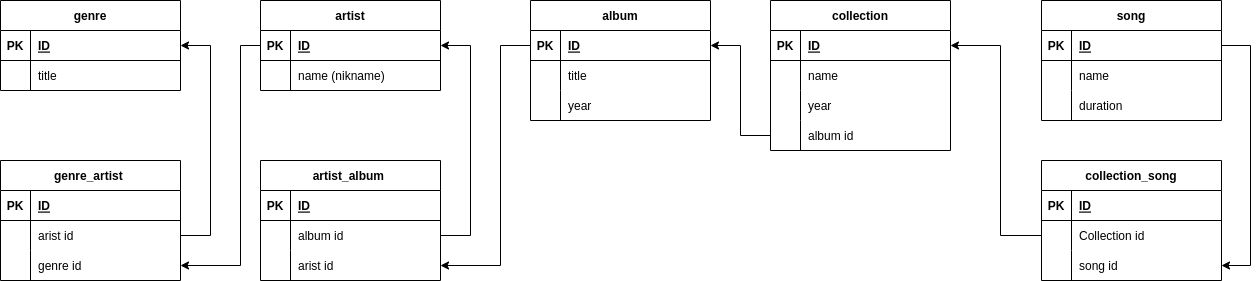
Above: Database types DZ_2.png in vov-man/dz-Database-types (draw.io), before the change. Source tidied: cells renumbered, new cells last; positions are measured from the earlier drawing's top-left corner, leaving out a move shared by most shapes.
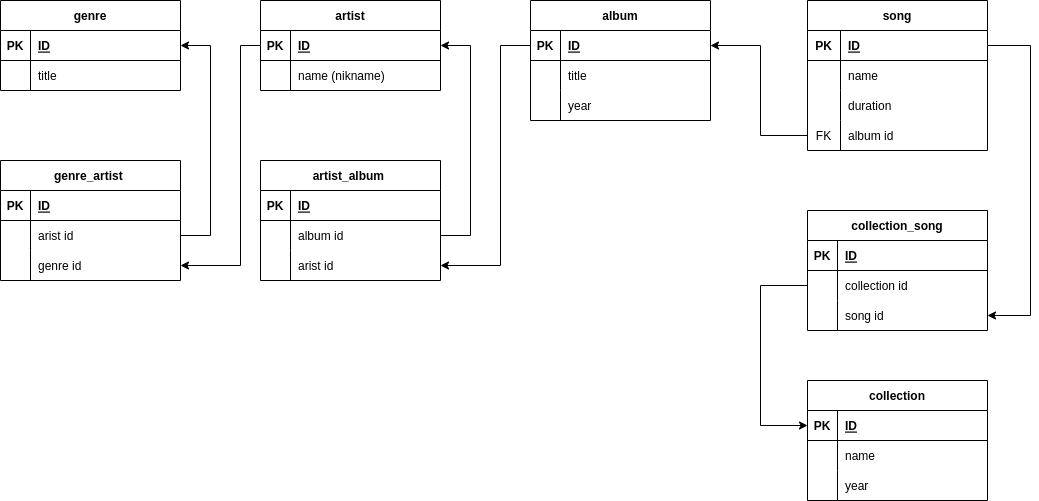
After the commit.

What changed in the source:
```diff
@@ -91,35 +91,44 @@
       </mxGeometry>
     </mxCell>
     <mxCell id="28" value="song" style="shape=table;startSize=30;rowLines=0;fontStyle=1;align=center;" parent="1" vertex="1">
-      <mxGeometry x="1041" width="180" height="120" as="geometry" />
+      <mxGeometry x="807" width="180" height="150" as="geometry" />
     </mxCell>
     <mxCell id="29" style="shape=tableRow;horizontal=0;startSize=0;swimlaneHead=0;swimlaneBody=0;fillColor=none;points=[[0,0.5],[1,0.5]];portConstraint=eastwest;top=0;left=0;right=0;bottom=1;" parent="28" vertex="1">
       <mxGeometry y="30" width="180" height="30" as="geometry" />
     </mxCell>
     <mxCell id="30" value="PK" style="shape=partialRectangle;fillColor=none;top=0;left=0;bottom=0;right=0;fontStyle=1;overflow=hidden;" parent="29" vertex="1">
-      <mxGeometry width="30" height="30" as="geometry" />
+      <mxGeometry width="33" height="30" as="geometry" />
     </mxCell>
     <mxCell id="31" value="ID" style="shape=partialRectangle;fillColor=none;top=0;left=0;bottom=0;right=0;align=left;spacingLeft=6;fontStyle=5;overflow=hidden;" parent="29" vertex="1">
-      <mxGeometry x="30" width="150" height="30" as="geometry" />
+      <mxGeometry x="33" width="147" height="30" as="geometry" />
     </mxCell>
     <mxCell id="32" style="shape=tableRow;horizontal=0;startSize=0;swimlaneHead=0;swimlaneBody=0;fillColor=none;top=0;left=0;right=0;bottom=0;" parent="28" vertex="1">
       <mxGeometry y="60" width="180" height="30" as="geometry" />
     </mxCell>
     <mxCell id="33" style="shape=partialRectangle;fillColor=none;top=0;left=0;bottom=0;right=0;overflow=hidden;" parent="32" vertex="1">
-      <mxGeometry width="30" height="30" as="geometry" />
+      <mxGeometry width="33" height="30" as="geometry" />
     </mxCell>
     <mxCell id="34" value="name" style="shape=partialRectangle;fillColor=none;top=0;left=0;bottom=0;right=0;align=left;spacingLeft=6;overflow=hidden;" parent="32" vertex="1">
-      <mxGeometry x="30" width="150" height="30" as="geometry" />
+      <mxGeometry x="33" width="147" height="30" as="geometry" />
     </mxCell>
     <mxCell id="35" style="shape=tableRow;horizontal=0;startSize=0;swimlaneHead=0;swimlaneBody=0;fillColor=none;top=0;left=0;right=0;bottom=0;" parent="28" vertex="1">
       <mxGeometry y="90" width="180" height="30" as="geometry" />
     </mxCell>
     <mxCell id="36" style="shape=partialRectangle;fillColor=none;top=0;left=0;bottom=0;right=0;overflow=hidden;" parent="35" vertex="1">
-      <mxGeometry width="30" height="30" as="geometry" />
+      <mxGeometry width="33" height="30" as="geometry" />
     </mxCell>
     <mxCell id="37" value="duration" style="shape=partialRectangle;fillColor=none;top=0;left=0;bottom=0;right=0;align=left;spacingLeft=6;overflow=hidden;" parent="35" vertex="1">
-      <mxGeometry x="30" width="150" height="30" as="geometry" />
+      <mxGeometry x="33" width="147" height="30" as="geometry" />
     </mxCell>
+    <mxCell id="70" style="shape=tableRow;horizontal=0;startSize=0;swimlaneHead=0;swimlaneBody=0;fillColor=none;points=[[0,0.5],[1,0.5]];portConstraint=eastwest;top=0;left=0;right=0;bottom=0;" parent="28" vertex="1">
+      <mxGeometry y="120" width="180" height="30" as="geometry" />
+    </mxCell>
+    <mxCell id="86" value="FK" style="shape=partialRectangle;fillColor=none;top=0;left=0;bottom=0;right=0;overflow=hidden;" parent="70" vertex="1">
+      <mxGeometry width="33" height="30" as="geometry" />
+    </mxCell>
+    <mxCell id="72" value="album id" style="shape=partialRectangle;fillColor=none;top=0;left=0;bottom=0;right=0;align=left;spacingLeft=6;overflow=hidden;" parent="70" vertex="1">
+      <mxGeometry x="33" width="147" height="30" as="geometry" />
+    </mxCell>
     <mxCell id="38" value="genre_artist " style="shape=table;startSize=30;rowLines=0;fontStyle=1;align=center;" parent="1" vertex="1">
       <mxGeometry y="160" width="180" height="120" as="geometry" />
     </mxCell>
@@ -197,7 +206,7 @@
       </mxGeometry>
     </mxCell>
     <mxCell id="60" value="collection" style="shape=table;startSize=30;rowLines=0;fontStyle=1;align=center;" parent="1" vertex="1">
-      <mxGeometry x="770" width="180" height="150" as="geometry" />
+      <mxGeometry x="807" y="380" width="180" height="120" as="geometry" />
     </mxCell>
     <mxCell id="61" style="shape=tableRow;horizontal=0;startSize=0;swimlaneHead=0;swimlaneBody=0;fillColor=none;points=[[0,0.5],[1,0.5]];portConstraint=eastwest;top=0;left=0;right=0;bottom=1;" parent="60" vertex="1">
       <mxGeometry y="30" width="180" height="30" as="geometry" />
@@ -226,17 +235,8 @@
     <mxCell id="69" value="year" style="shape=partialRectangle;fillColor=none;top=0;left=0;bottom=0;right=0;align=left;spacingLeft=6;overflow=hidden;" parent="67" vertex="1">
       <mxGeometry x="30" width="150" height="30" as="geometry" />
     </mxCell>
-    <mxCell id="70" style="shape=tableRow;horizontal=0;startSize=0;swimlaneHead=0;swimlaneBody=0;fillColor=none;points=[[0,0.5],[1,0.5]];portConstraint=eastwest;top=0;left=0;right=0;bottom=0;" parent="60" vertex="1">
-      <mxGeometry y="120" width="180" height="30" as="geometry" />
-    </mxCell>
-    <mxCell id="71" style="shape=partialRectangle;fillColor=none;top=0;left=0;bottom=0;right=0;overflow=hidden;" parent="70" vertex="1">
-      <mxGeometry width="30" height="30" as="geometry" />
-    </mxCell>
-    <mxCell id="72" value="album id" style="shape=partialRectangle;fillColor=none;top=0;left=0;bottom=0;right=0;align=left;spacingLeft=6;overflow=hidden;" parent="70" vertex="1">
-      <mxGeometry x="30" width="150" height="30" as="geometry" />
-    </mxCell>
     <mxCell id="73" value="collection_song" style="shape=table;startSize=30;rowLines=0;fontStyle=1;align=center;" parent="1" vertex="1">
-      <mxGeometry x="1041" y="160" width="180" height="120" as="geometry" />
+      <mxGeometry x="807" y="210" width="180" height="120" as="geometry" />
     </mxCell>
     <mxCell id="74" style="shape=tableRow;horizontal=0;startSize=0;swimlaneHead=0;swimlaneBody=0;fillColor=none;top=0;left=0;right=0;bottom=1;" parent="73" vertex="1">
       <mxGeometry y="30" width="180" height="30" as="geometry" />
@@ -253,7 +253,7 @@
     <mxCell id="78" style="shape=partialRectangle;fillColor=none;top=0;left=0;bottom=0;right=0;overflow=hidden;" parent="77" vertex="1">
       <mxGeometry width="30" height="30" as="geometry" />
     </mxCell>
-    <mxCell id="79" value="Collection id" style="shape=partialRectangle;fillColor=none;top=0;left=0;bottom=0;right=0;align=left;spacingLeft=6;overflow=hidden;" parent="77" vertex="1">
+    <mxCell id="79" value="collection id" style="shape=partialRectangle;fillColor=none;top=0;left=0;bottom=0;right=0;align=left;spacingLeft=6;overflow=hidden;" parent="77" vertex="1">
       <mxGeometry x="30" width="150" height="30" as="geometry" />
     </mxCell>
     <mxCell id="80" style="shape=tableRow;horizontal=0;startSize=0;swimlaneHead=0;swimlaneBody=0;fillColor=none;points=[[0,0.5],[1,0.5]];portConstraint=eastwest;top=0;left=0;right=0;bottom=0;" parent="73" vertex="1">
@@ -268,24 +268,24 @@
     <mxCell id="83" style="endArrow=classic;html=1;rounded=0;exitX=0;exitY=0.5;exitDx=0;exitDy=0;entryX=1;entryY=0.5;entryDx=0;entryDy=0;" parent="1" edge="1" source="70" target="18">
       <mxGeometry relative="1" as="geometry">
         <Array as="points">
-          <mxPoint x="740" y="135" />
-          <mxPoint x="740" y="45" />
+          <mxPoint x="760" y="135" />
+          <mxPoint x="760" y="45" />
         </Array>
       </mxGeometry>
     </mxCell>
     <mxCell id="84" style="endArrow=classic;html=1;rounded=0;exitX=1;exitY=0.5;exitDx=0;exitDy=0;entryX=1;entryY=0.5;entryDx=0;entryDy=0;" parent="1" edge="1" source="29" target="80">
       <mxGeometry relative="1" as="geometry">
         <Array as="points">
-          <mxPoint x="1250" y="45" />
-          <mxPoint x="1250" y="265" />
+          <mxPoint x="1030" y="45" />
+          <mxPoint x="1030" y="315" />
         </Array>
       </mxGeometry>
     </mxCell>
-    <mxCell id="85" style="endArrow=classic;html=1;rounded=0;exitX=0;exitY=0.5;exitDx=0;exitDy=0;entryX=1;entryY=0.5;entryDx=0;entryDy=0;" parent="1" edge="1" source="77" target="61">
+    <mxCell id="85" style="endArrow=classic;html=1;rounded=0;exitX=0;exitY=0.5;exitDx=0;exitDy=0;entryX=0;entryY=0.5;entryDx=0;entryDy=0;" parent="1" edge="1" source="77" target="61">
       <mxGeometry relative="1" as="geometry">
         <Array as="points">
-          <mxPoint x="1000" y="235" />
-          <mxPoint x="1000" y="45" />
+          <mxPoint x="760" y="285" />
+          <mxPoint x="760" y="425" />
         </Array>
       </mxGeometry>
     </mxCell>
```
